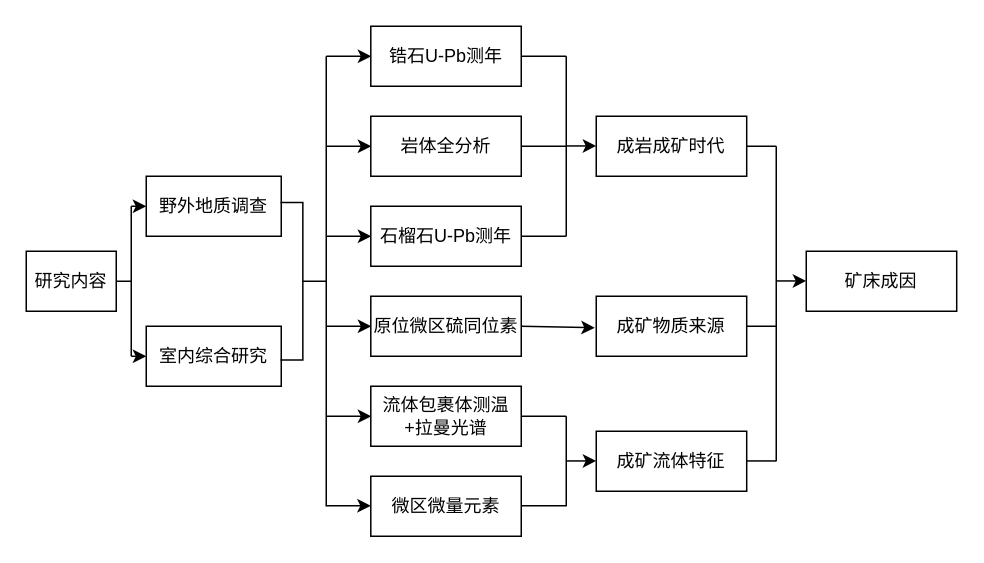
Earlier version of the draw.io diagram 技术路线.drawio (dp0qb/document_img). Source tidied: cells renumbered, new cells numbered last; positions are measured from the earlier drawing's top-left corner, leaving out a move shared by most shapes. Both pictures are drawn from the tidied source at 150%, with x=0, y=0 at pixel (26, 26).
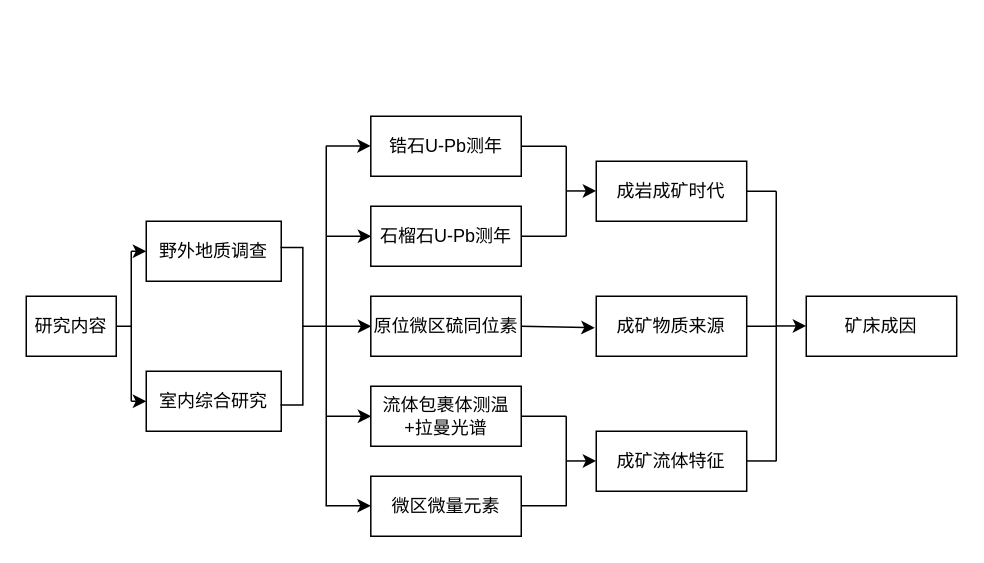
The same page after the edit.

Commit message:
更新技术路线.drawio

The edit, as a diff of the source:
```diff
@@
     <mxCell id="2" value="野外地质调查" style="rounded=0;whiteSpace=wrap;html=1;" parent="1" vertex="1">
-      <mxGeometry x="80" y="100" width="90" height="40" as="geometry" />
+      <mxGeometry x="80" y="130" width="90" height="40" as="geometry" />
     </mxCell>
     <mxCell id="3" value="室内综合研究" style="rounded=0;whiteSpace=wrap;html=1;" parent="1" vertex="1">
-      <mxGeometry x="80" y="200" width="90" height="40" as="geometry" />
+      <mxGeometry x="80" y="230" width="90" height="40" as="geometry" />
     </mxCell>
     <mxCell id="4" style="shape=partialRectangle;whiteSpace=wrap;html=1;bottom=1;right=1;left=1;top=0;fillColor=none;routingCenterX=-0.5;rotation=-90;" parent="1" vertex="1">
-      <mxGeometry x="124.7" y="162.8" width="105" height="14.4" as="geometry" />
+      <mxGeometry x="124.7" y="192.8" width="105" height="14.4" as="geometry" />
     </mxCell>
     <mxCell id="5" style="endArrow=none;html=1;rounded=0;" parent="1" edge="1">
       <mxGeometry relative="1" as="geometry">
         <mxPoint x="200" y="320" as="sourcePoint" />
-        <mxPoint x="200" y="20" as="targetPoint" />
+        <mxPoint x="200" y="80" as="targetPoint" />
         <Array as="points">
           <mxPoint x="200" y="140" />
         </Array>
       </mxGeometry>
     </mxCell>
     <mxCell id="6" style="endArrow=classic;html=1;rounded=0;" parent="1" edge="1">
       <mxGeometry relative="1" as="geometry">
-        <mxPoint x="200" y="20" as="sourcePoint" />
-        <mxPoint x="230" y="20" as="targetPoint" />
+        <mxPoint x="199.7" y="79.8" as="sourcePoint" />
+        <mxPoint x="229.7" y="79.8" as="targetPoint" />
       </mxGeometry>
     </mxCell>
-    <mxCell id="7" style="endArrow=classic;html=1;rounded=0;" parent="1" edge="1">
-      <mxGeometry relative="1" as="geometry">
-        <mxPoint x="200" y="80" as="sourcePoint" />
-        <mxPoint x="230" y="80" as="targetPoint" />
-      </mxGeometry>
-    </mxCell>
@@
     <mxCell id="11" style="endArrow=none;html=1;rounded=0;exitX=0.5;exitY=1;exitDx=0;exitDy=0;" parent="1" edge="1" source="4">
       <mxGeometry relative="1" as="geometry">
-        <mxPoint x="200" y="170" as="targetPoint" />
+        <mxPoint x="200" y="200" as="targetPoint" />
       </mxGeometry>
     </mxCell>
     <mxCell id="12" value="研究内容" style="rounded=0;whiteSpace=wrap;html=1;" parent="1" vertex="1">
-      <mxGeometry y="150" width="60" height="40" as="geometry" />
+      <mxGeometry y="180" width="60" height="40" as="geometry" />
     </mxCell>
     <mxCell id="13" style="endArrow=none;html=1;rounded=0;exitX=1;exitY=0.5;exitDx=0;exitDy=0;" parent="1" edge="1" source="12">
       <mxGeometry relative="1" as="geometry">
-        <mxPoint x="70" y="170" as="targetPoint" />
+        <mxPoint x="70" y="200" as="targetPoint" />
       </mxGeometry>
     </mxCell>
     <mxCell id="14" style="endArrow=none;html=1;rounded=0;" parent="1" edge="1">
       <mxGeometry relative="1" as="geometry">
-        <mxPoint x="70" y="220" as="sourcePoint" />
-        <mxPoint x="70" y="120" as="targetPoint" />
+        <mxPoint x="70" y="250" as="sourcePoint" />
+        <mxPoint x="70" y="150" as="targetPoint" />
       </mxGeometry>
     </mxCell>
     <mxCell id="15" style="endArrow=classic;html=1;rounded=0;entryX=0;entryY=0.5;entryDx=0;entryDy=0;" parent="1" edge="1" target="2">
       <mxGeometry relative="1" as="geometry">
-        <mxPoint x="70" y="120" as="sourcePoint" />
+        <mxPoint x="70" y="150" as="sourcePoint" />
       </mxGeometry>
     </mxCell>
     <mxCell id="16" style="endArrow=classic;html=1;rounded=0;entryX=0;entryY=0.5;entryDx=0;entryDy=0;" parent="1" edge="1" target="3">
       <mxGeometry relative="1" as="geometry">
-        <mxPoint x="70" y="220" as="sourcePoint" />
+        <mxPoint x="70" y="250" as="sourcePoint" />
       </mxGeometry>
     </mxCell>
     <mxCell id="17" value="锆石U-Pb测年" style="rounded=0;whiteSpace=wrap;html=1;" parent="1" vertex="1">
-      <mxGeometry x="229.7" width="100.3" height="40" as="geometry" />
+      <mxGeometry x="229.7" y="60" width="100.3" height="40" as="geometry" />
     </mxCell>
@@
-    <mxCell id="19" value="岩体全分析" style="rounded=0;whiteSpace=wrap;html=1;" parent="1" vertex="1">
-      <mxGeometry x="229.7" y="60" width="100.3" height="40" as="geometry" />
-    </mxCell>
@@
     <mxCell id="22" style="endArrow=none;html=1;rounded=0;" parent="1" edge="1">
       <mxGeometry relative="1" as="geometry">
         <mxPoint x="360" y="140" as="sourcePoint" />
-        <mxPoint x="360" y="20" as="targetPoint" />
+        <mxPoint x="360" y="80" as="targetPoint" />
       </mxGeometry>
     </mxCell>
     <mxCell id="23" style="endArrow=none;html=1;rounded=0;exitX=1;exitY=0.5;exitDx=0;exitDy=0;" parent="1" edge="1" source="17">
       <mxGeometry relative="1" as="geometry">
-        <mxPoint x="360" y="20" as="targetPoint" />
+        <mxPoint x="360" y="80" as="targetPoint" />
       </mxGeometry>
     </mxCell>
-    <mxCell id="24" style="endArrow=none;html=1;rounded=0;exitX=1;exitY=0.5;exitDx=0;exitDy=0;" parent="1" edge="1" source="19">
-      <mxGeometry relative="1" as="geometry">
-        <mxPoint x="360" y="80" as="targetPoint" />
-      </mxGeometry>
-    </mxCell>
@@
     <mxCell id="26" style="endArrow=classic;html=1;rounded=0;" parent="1" edge="1">
       <mxGeometry relative="1" as="geometry">
-        <mxPoint x="360" y="79.8" as="sourcePoint" />
-        <mxPoint x="380" y="79.8" as="targetPoint" />
+        <mxPoint x="360" y="109.8" as="sourcePoint" />
+        <mxPoint x="380" y="109.8" as="targetPoint" />
       </mxGeometry>
     </mxCell>
@@
     <mxCell id="30" value="成岩成矿时代" style="rounded=0;whiteSpace=wrap;html=1;" parent="1" vertex="1">
-      <mxGeometry x="380" y="60" width="100.3" height="40" as="geometry" />
+      <mxGeometry x="380" y="90" width="100.3" height="40" as="geometry" />
     </mxCell>
     <mxCell id="31" style="endArrow=none;html=1;rounded=0;" parent="1" edge="1">
       <mxGeometry relative="1" as="geometry">
         <mxPoint x="500" y="290" as="sourcePoint" />
-        <mxPoint x="500" y="80" as="targetPoint" />
+        <mxPoint x="500" y="110" as="targetPoint" />
       </mxGeometry>
     </mxCell>
     <mxCell id="32" style="endArrow=none;html=1;rounded=0;exitX=1;exitY=0.5;exitDx=0;exitDy=0;" parent="1" edge="1" source="30">
       <mxGeometry relative="1" as="geometry">
-        <mxPoint x="500" y="80" as="targetPoint" />
+        <mxPoint x="500" y="110" as="targetPoint" />
       </mxGeometry>
     </mxCell>
@@
     <mxCell id="35" style="endArrow=classic;html=1;rounded=0;" parent="1" edge="1">
       <mxGeometry relative="1" as="geometry">
-        <mxPoint x="500" y="169.8" as="sourcePoint" />
-        <mxPoint x="520" y="169.8" as="targetPoint" />
+        <mxPoint x="500" y="199.8" as="sourcePoint" />
+        <mxPoint x="520" y="199.8" as="targetPoint" />
       </mxGeometry>
     </mxCell>
     <mxCell id="36" value="矿床成因" style="rounded=0;whiteSpace=wrap;html=1;" parent="1" vertex="1">
-      <mxGeometry x="520" y="150" width="100.3" height="40" as="geometry" />
+      <mxGeometry x="520" y="180" width="100.3" height="40" as="geometry" />
     </mxCell>
```
